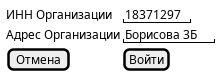
Earlier version of the PlantUML export uml-диаграммы/out/Администратор/окно_регистрации_администратора/Вход.png (BombasticFantastik/PIS_Course_work).
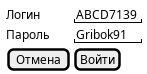
Above is the later version.

Change to the diagram source:
```diff
@@ -1,8 +1,8 @@
 @startsalt Вход
 
 {
-  ИНН Организации | "18371297"
-  Адрес Организации | "Борисова 3Б"
+  Логин | "ABCD7139"
+  Пароль|"Gribok91"
   [Отмена ]|[Войти]
 }
 
```
